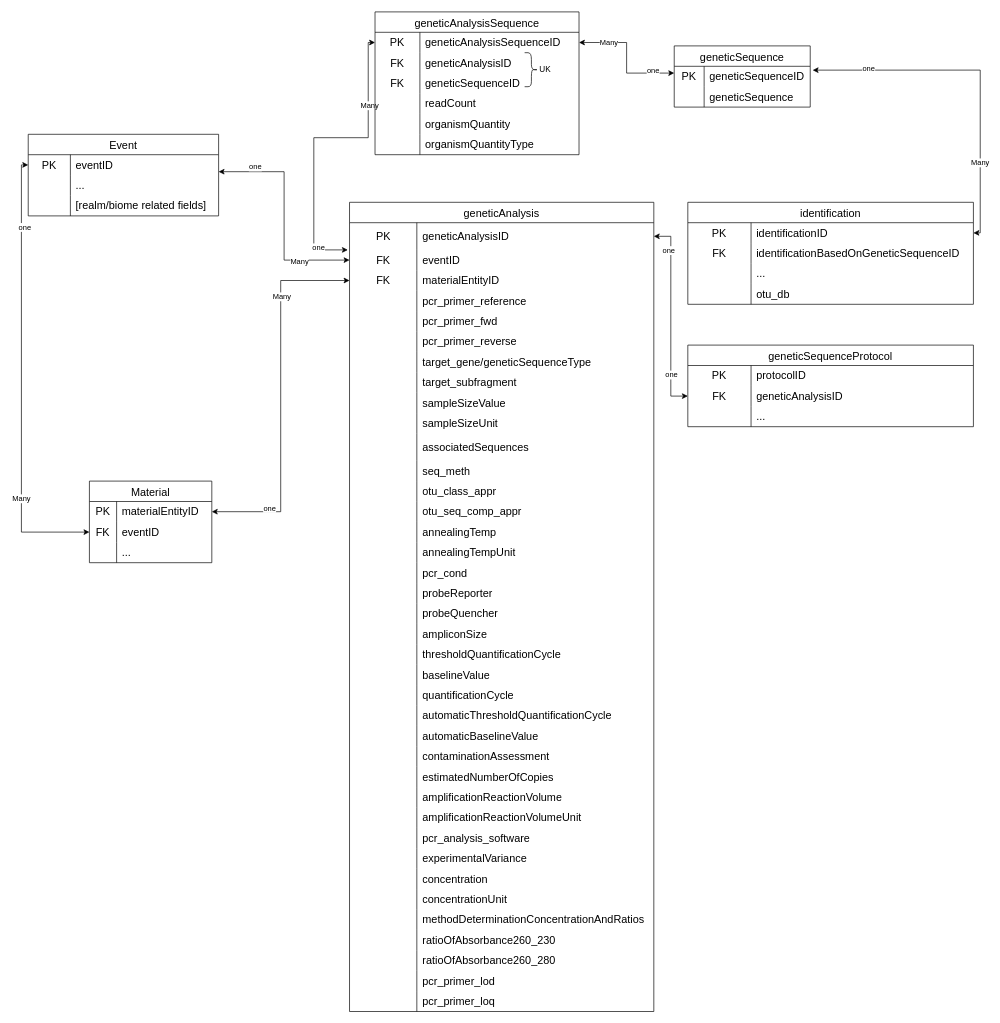
Before: Unavngivet diagram.drawio in thomasstjerne/seq-data-model, a draw.io diagram. Source tidied: cells renumbered, new cells numbered last; positions are measured from the earlier drawing's top-left corner, leaving out a move shared by most shapes. Both pictures are drawn from the tidied source at 68%, with x=0, y=0 at pixel (28, 12).
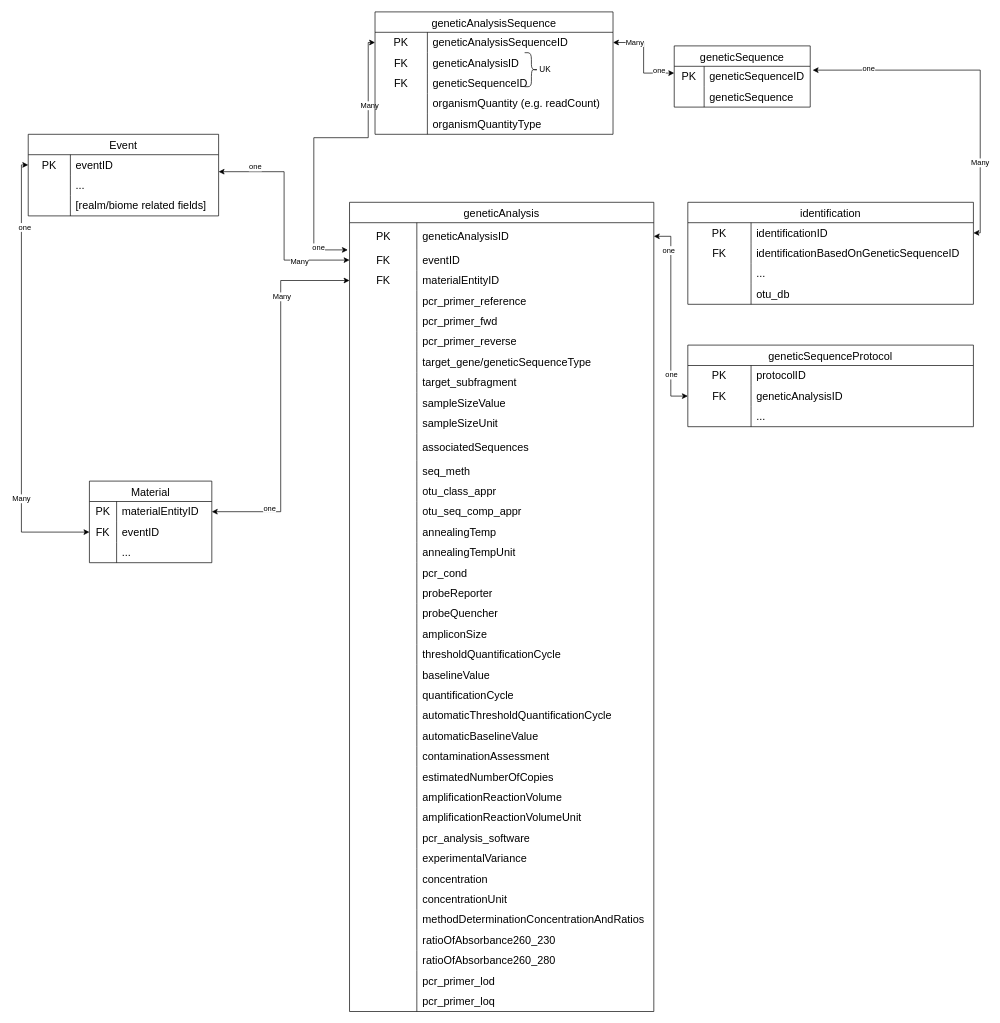
After the change.

The edit, as a diff of the source:
```diff
@@
     <mxCell id="30" value="geneticAnalysisSequence" style="shape=table;startSize=30;childLayout=tableLayout;rowLines=0;fontStyle=0;strokeColor=default;fontSize=16;" parent="1" vertex="1">
-      <mxGeometry x="510" width="300" height="210" as="geometry" />
+      <mxGeometry x="510" width="350" height="180" as="geometry" />
     </mxCell>
     <mxCell id="31" style="shape=tableRow;horizontal=0;startSize=0;swimlaneHead=0;swimlaneBody=0;top=0;left=0;bottom=0;right=0;fillColor=none;points=[[0,0.5],[1,0.5]];portConstraint=eastwest;strokeColor=inherit;fontSize=16;" parent="30" vertex="1">
-      <mxGeometry y="30" width="300" height="30" as="geometry" />
+      <mxGeometry y="30" width="350" height="30" as="geometry" />
     </mxCell>
     <mxCell id="32" value="PK" style="shape=partialRectangle;html=1;whiteSpace=wrap;fillColor=none;top=0;left=0;bottom=0;right=0;overflow=hidden;strokeColor=inherit;fontSize=16;" parent="31" vertex="1">
-      <mxGeometry width="66" height="30" as="geometry" />
+      <mxGeometry width="77" height="30" as="geometry" />
     </mxCell>
     <mxCell id="33" value="geneticAnalysisSequenceID" style="shape=partialRectangle;html=1;whiteSpace=wrap;fillColor=none;top=0;left=0;bottom=0;right=0;align=left;spacingLeft=6;overflow=hidden;strokeColor=inherit;fontSize=16;" parent="31" vertex="1">
-      <mxGeometry x="66" width="234" height="30" as="geometry" />
+      <mxGeometry x="77" width="273" height="30" as="geometry" />
     </mxCell>
     <mxCell id="34" style="shape=tableRow;horizontal=0;startSize=0;swimlaneHead=0;swimlaneBody=0;top=0;left=0;bottom=0;right=0;fillColor=none;strokeColor=inherit;fontSize=16;" parent="30" vertex="1">
-      <mxGeometry y="60" width="300" height="30" as="geometry" />
+      <mxGeometry y="60" width="350" height="30" as="geometry" />
     </mxCell>
     <mxCell id="35" value="FK" style="shape=partialRectangle;html=1;whiteSpace=wrap;fillColor=none;top=0;left=0;bottom=0;right=0;overflow=hidden;strokeColor=inherit;fontSize=16;" parent="34" vertex="1">
-      <mxGeometry width="66" height="30" as="geometry" />
+      <mxGeometry width="77" height="30" as="geometry" />
     </mxCell>
     <mxCell id="36" value="geneticAnalysisID" style="shape=partialRectangle;html=1;whiteSpace=wrap;fillColor=none;top=0;left=0;bottom=0;right=0;align=left;spacingLeft=6;overflow=hidden;strokeColor=inherit;fontSize=16;" parent="34" vertex="1">
-      <mxGeometry x="66" width="234" height="30" as="geometry" />
+      <mxGeometry x="77" width="273" height="30" as="geometry" />
     </mxCell>
     <mxCell id="37" style="shape=tableRow;horizontal=0;startSize=0;swimlaneHead=0;swimlaneBody=0;top=0;left=0;bottom=0;right=0;fillColor=none;strokeColor=inherit;fontSize=16;" parent="30" vertex="1">
-      <mxGeometry y="90" width="300" height="30" as="geometry" />
+      <mxGeometry y="90" width="350" height="30" as="geometry" />
     </mxCell>
     <mxCell id="38" value="FK" style="shape=partialRectangle;html=1;whiteSpace=wrap;fillColor=none;top=0;left=0;bottom=0;right=0;overflow=hidden;strokeColor=inherit;fontSize=16;" parent="37" vertex="1">
-      <mxGeometry width="66" height="30" as="geometry" />
+      <mxGeometry width="77" height="30" as="geometry" />
     </mxCell>
     <mxCell id="39" value="geneticSequenceID" style="shape=partialRectangle;html=1;whiteSpace=wrap;fillColor=none;top=0;left=0;bottom=0;right=0;align=left;spacingLeft=6;overflow=hidden;strokeColor=inherit;fontSize=16;" parent="37" vertex="1">
-      <mxGeometry x="66" width="234" height="30" as="geometry" />
+      <mxGeometry x="77" width="273" height="30" as="geometry" />
     </mxCell>
-    <mxCell id="40" style="shape=tableRow;horizontal=0;startSize=0;swimlaneHead=0;swimlaneBody=0;top=0;left=0;bottom=0;right=0;fillColor=none;strokeColor=inherit;fontSize=16;" parent="30" vertex="1">
-      <mxGeometry y="120" width="300" height="30" as="geometry" />
-    </mxCell>
-    <mxCell id="41" style="shape=partialRectangle;html=1;whiteSpace=wrap;fillColor=none;top=0;left=0;bottom=0;right=0;overflow=hidden;strokeColor=inherit;fontSize=16;" parent="40" vertex="1">
-      <mxGeometry width="66" height="30" as="geometry" />
-    </mxCell>
-    <mxCell id="42" value="readCount" style="shape=partialRectangle;html=1;whiteSpace=wrap;fillColor=none;top=0;left=0;bottom=0;right=0;align=left;spacingLeft=6;overflow=hidden;strokeColor=inherit;fontSize=16;" parent="40" vertex="1">
-      <mxGeometry x="66" width="234" height="30" as="geometry" />
-    </mxCell>
     <mxCell id="43" style="shape=tableRow;horizontal=0;startSize=0;swimlaneHead=0;swimlaneBody=0;top=0;left=0;bottom=0;right=0;fillColor=none;strokeColor=inherit;fontSize=16;" parent="30" vertex="1">
-      <mxGeometry y="150" width="300" height="30" as="geometry" />
+      <mxGeometry y="120" width="350" height="30" as="geometry" />
     </mxCell>
     <mxCell id="44" style="shape=partialRectangle;html=1;whiteSpace=wrap;fillColor=none;top=0;left=0;bottom=0;right=0;overflow=hidden;strokeColor=inherit;fontSize=16;" parent="43" vertex="1">
-      <mxGeometry width="66" height="30" as="geometry" />
+      <mxGeometry width="77" height="30" as="geometry" />
     </mxCell>
-    <mxCell id="45" value="organismQuantity" style="shape=partialRectangle;html=1;whiteSpace=wrap;fillColor=none;top=0;left=0;bottom=0;right=0;align=left;spacingLeft=6;overflow=hidden;strokeColor=inherit;fontSize=16;" parent="43" vertex="1">
-      <mxGeometry x="66" width="234" height="30" as="geometry" />
+    <mxCell id="45" value="organismQuantity (e.g. readCount)" style="shape=partialRectangle;html=1;whiteSpace=wrap;fillColor=none;top=0;left=0;bottom=0;right=0;align=left;spacingLeft=6;overflow=hidden;strokeColor=inherit;fontSize=16;" parent="43" vertex="1">
+      <mxGeometry x="77" width="273" height="30" as="geometry" />
     </mxCell>
     <mxCell id="46" style="shape=tableRow;horizontal=0;startSize=0;swimlaneHead=0;swimlaneBody=0;top=0;left=0;bottom=0;right=0;fillColor=none;strokeColor=inherit;fontSize=16;" parent="30" vertex="1">
-      <mxGeometry y="180" width="300" height="30" as="geometry" />
+      <mxGeometry y="150" width="350" height="30" as="geometry" />
     </mxCell>
     <mxCell id="47" style="shape=partialRectangle;html=1;whiteSpace=wrap;fillColor=none;top=0;left=0;bottom=0;right=0;overflow=hidden;strokeColor=inherit;fontSize=16;" parent="46" vertex="1">
-      <mxGeometry width="66" height="30" as="geometry" />
+      <mxGeometry width="77" height="30" as="geometry" />
     </mxCell>
     <mxCell id="48" value="organismQuantityType" style="shape=partialRectangle;html=1;whiteSpace=wrap;fillColor=none;top=0;left=0;bottom=0;right=0;align=left;spacingLeft=6;overflow=hidden;strokeColor=inherit;fontSize=16;" parent="46" vertex="1">
-      <mxGeometry x="66" width="234" height="30" as="geometry" />
+      <mxGeometry x="77" width="273" height="30" as="geometry" />
     </mxCell>
```
